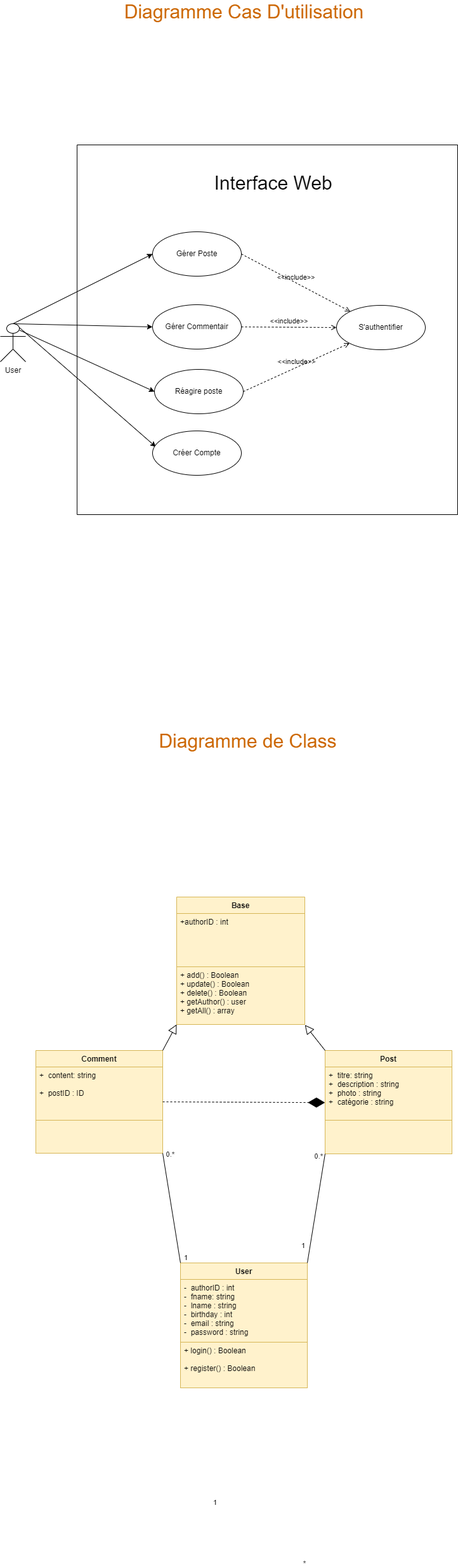
Earlier version of the draw.io export UML/Diagram Use Case _CinéMaster_.drawio (3).png (Oussama95el/Projet-Cinemaster). Source tidied: cells renumbered, new cells last; positions are measured from the earlier drawing's top-left corner, leaving out a move shared by most shapes. The source it was exported from:
```xml
<mxGraphModel>
  <root>
    <mxCell id="0" />
    <mxCell id="1" parent="0" />
    <mxCell id="2" style="shape=table;startSize=0;" parent="1" vertex="1">
      <mxGeometry x="121" y="225" width="600" height="583" as="geometry" />
    </mxCell>
    <mxCell id="3" style="shape=tableRow;horizontal=0;startSize=0;swimlaneHead=0;swimlaneBody=0;top=0;left=0;bottom=0;right=0;fillColor=none;" parent="2" vertex="1">
      <mxGeometry width="600" height="583" as="geometry" />
    </mxCell>
    <mxCell id="4" style="shape=partialRectangle;html=1;whiteSpace=wrap;overflow=hidden;fillColor=none;top=0;left=0;bottom=0;right=0;" parent="3" vertex="1">
      <mxGeometry width="600" height="583" as="geometry" />
    </mxCell>
    <mxCell id="5" style="edgeStyle=none;rounded=0;jettySize=auto;html=1;exitX=0.75;exitY=0.1;exitDx=0;exitDy=0;exitPerimeter=0;entryX=0.037;entryY=0.359;entryDx=0;entryDy=0;entryPerimeter=0;fontColor=#CC6600;" parent="1" edge="1" source="6" target="41">
      <mxGeometry relative="1" as="geometry" />
    </mxCell>
    <mxCell id="6" value="User&lt;br&gt;" style="shape=umlActor;html=1;verticalLabelPosition=bottom;verticalAlign=top;align=center;" parent="1" vertex="1">
      <mxGeometry y="507" width="40" height="60" as="geometry" />
    </mxCell>
    <mxCell id="7" value="Gérer Poste" style="ellipse;whiteSpace=wrap;html=1;" parent="1" vertex="1">
      <mxGeometry x="240" y="362" width="140" height="70" as="geometry" />
    </mxCell>
    <mxCell id="8" value="Gérer Commentair" style="ellipse;whiteSpace=wrap;html=1;" parent="1" vertex="1">
      <mxGeometry x="240" y="477" width="140" height="70" as="geometry" />
    </mxCell>
    <mxCell id="9" style="rounded=0;jettySize=auto;html=1;entryX=0;entryY=0.5;entryDx=0;entryDy=0;exitX=0.5;exitY=0;exitDx=0;exitDy=0;exitPerimeter=0;" parent="1" edge="1" source="6" target="8">
      <mxGeometry relative="1" as="geometry" />
    </mxCell>
    <mxCell id="10" style="rounded=0;jettySize=auto;html=1;entryX=0;entryY=0.5;entryDx=0;entryDy=0;exitX=0.5;exitY=0;exitDx=0;exitDy=0;exitPerimeter=0;" parent="1" edge="1" source="6" target="7">
      <mxGeometry relative="1" as="geometry" />
    </mxCell>
    <mxCell id="11" value="S'authentifier" style="ellipse;whiteSpace=wrap;html=1;" parent="1" vertex="1">
      <mxGeometry x="530" y="478" width="140" height="70" as="geometry" />
    </mxCell>
    <mxCell id="12" value="&amp;lt;&amp;lt;include&amp;gt;&amp;gt;" style="edgeStyle=none;html=1;endArrow=open;verticalAlign=bottom;dashed=1;labelBackgroundColor=none;rounded=0;exitX=1;exitY=0.5;exitDx=0;exitDy=0;" parent="1" edge="1" source="7" target="11">
      <mxGeometry relative="1" as="geometry" />
    </mxCell>
    <mxCell id="13" value="&amp;lt;&amp;lt;include&amp;gt;&amp;gt;" style="edgeStyle=none;html=1;endArrow=open;verticalAlign=bottom;dashed=1;labelBackgroundColor=none;rounded=0;exitX=1;exitY=0.5;exitDx=0;exitDy=0;" parent="1" edge="1" source="8" target="11">
      <mxGeometry relative="1" as="geometry" />
    </mxCell>
    <mxCell id="14" value="Réagire poste" style="ellipse;whiteSpace=wrap;html=1;" parent="1" vertex="1">
      <mxGeometry x="243" y="579" width="140" height="70" as="geometry" />
    </mxCell>
    <mxCell id="15" style="rounded=0;jettySize=auto;html=1;entryX=0;entryY=0.5;entryDx=0;entryDy=0;exitX=0.5;exitY=0;exitDx=0;exitDy=0;exitPerimeter=0;" parent="1" edge="1" target="14">
      <mxGeometry relative="1" as="geometry">
        <mxPoint x="30" y="517" as="sourcePoint" />
      </mxGeometry>
    </mxCell>
    <mxCell id="16" value="&amp;lt;&amp;lt;include&amp;gt;&amp;gt;" style="edgeStyle=none;html=1;endArrow=open;verticalAlign=bottom;dashed=1;labelBackgroundColor=none;rounded=0;exitX=1;exitY=0.5;exitDx=0;exitDy=0;entryX=0;entryY=1;entryDx=0;entryDy=0;" parent="1" edge="1" source="14" target="11">
      <mxGeometry relative="1" as="geometry" />
    </mxCell>
    <mxCell id="17" value="&lt;font style=&quot;font-size: 30px&quot;&gt;Interface Web&lt;/font&gt;" style="text;html=1;align=center;verticalAlign=middle;strokeColor=none;fillColor=none;" parent="1" vertex="1">
      <mxGeometry x="330" y="270" width="200" height="30" as="geometry" />
    </mxCell>
    <mxCell id="18" value="User" style="swimlane;fontStyle=1;align=center;verticalAlign=top;horizontal=1;startSize=26;fillColor=#fff2cc;strokeColor=#d6b656;" parent="1" vertex="1">
      <mxGeometry x="284" y="1988" width="200" height="197" as="geometry" />
    </mxCell>
    <mxCell id="19" value="-  authorID : int&#10;-  fname: string&#10;-  lname : string&#10;-  birthday : int&#10;-  email : string&#10;-  password : string&#10; &#10; &#10;&#10;" style="text;strokeColor=#d6b656;fillColor=#fff2cc;align=left;verticalAlign=top;spacingLeft=4;spacingRight=4;overflow=hidden;" parent="18" vertex="1">
      <mxGeometry y="26" width="200" height="99" as="geometry" />
    </mxCell>
    <mxCell id="20" style="line;strokeWidth=1;fillColor=none;align=left;verticalAlign=middle;spacingTop=-1;spacingLeft=3;spacingRight=3;labelPosition=right;" parent="18" vertex="1">
      <mxGeometry y="125" width="200" as="geometry" />
    </mxCell>
    <mxCell id="21" value="+ login() : Boolean&#10;&#10;+ register() : Boolean" style="text;strokeColor=#d6b656;fillColor=#fff2cc;align=left;verticalAlign=top;spacingLeft=4;spacingRight=4;overflow=hidden;" parent="18" vertex="1">
      <mxGeometry y="125" width="200" height="72" as="geometry" />
    </mxCell>
    <mxCell id="22" value="Post" style="swimlane;fontStyle=1;align=center;verticalAlign=top;horizontal=1;startSize=26;fillColor=#fff2cc;strokeColor=#d6b656;" parent="1" vertex="1">
      <mxGeometry x="512" y="1653" width="200" height="163" as="geometry" />
    </mxCell>
    <mxCell id="23" value="+  titre: string&#10;+  description : string&#10;+  photo : string&#10;+  catégorie : string&#10; &#10; &#10;&#10;" style="text;strokeColor=#d6b656;fillColor=#fff2cc;align=left;verticalAlign=top;spacingLeft=4;spacingRight=4;overflow=hidden;points=[[0,0.5],[1,0.5]];portConstraint=eastwest;" parent="22" vertex="1">
      <mxGeometry y="26" width="200" height="84" as="geometry" />
    </mxCell>
    <mxCell id="24" style="line;strokeWidth=1;fillColor=none;align=left;verticalAlign=middle;spacingTop=-1;spacingLeft=3;spacingRight=3;labelPosition=right;" parent="22" vertex="1">
      <mxGeometry y="110" width="200" as="geometry" />
    </mxCell>
    <mxCell id="25" style="text;strokeColor=#d6b656;fillColor=#fff2cc;align=left;verticalAlign=top;spacingLeft=4;spacingRight=4;overflow=hidden;" parent="22" vertex="1">
      <mxGeometry y="110" width="200" height="53" as="geometry" />
    </mxCell>
    <mxCell id="26" value="Comment" style="swimlane;fontStyle=1;align=center;verticalAlign=top;horizontal=1;startSize=26;fillColor=#fff2cc;strokeColor=#d6b656;" parent="1" vertex="1">
      <mxGeometry x="56" y="1653" width="200" height="162" as="geometry" />
    </mxCell>
    <mxCell id="27" value="+  content: string&#10; &#10;+  postID : ID&#10;&#10;" style="text;strokeColor=#d6b656;fillColor=#fff2cc;align=left;verticalAlign=top;spacingLeft=4;spacingRight=4;overflow=hidden;" parent="26" vertex="1">
      <mxGeometry y="26" width="200" height="84" as="geometry" />
    </mxCell>
    <mxCell id="28" style="line;strokeWidth=1;fillColor=none;align=left;verticalAlign=middle;spacingTop=-1;spacingLeft=3;spacingRight=3;labelPosition=right;" parent="26" vertex="1">
      <mxGeometry y="110" width="200" as="geometry" />
    </mxCell>
    <mxCell id="29" style="text;strokeColor=#d6b656;fillColor=#fff2cc;align=left;verticalAlign=top;spacingLeft=4;spacingRight=4;overflow=hidden;" parent="26" vertex="1">
      <mxGeometry y="110" width="200" height="52" as="geometry" />
    </mxCell>
    <mxCell id="30" style="endArrow=none;html=1;rounded=0;exitX=0;exitY=1;exitDx=0;exitDy=0;entryX=1;entryY=0;entryDx=0;entryDy=0;" parent="1" edge="1" source="22" target="18">
      <mxGeometry relative="1" as="geometry" />
    </mxCell>
    <mxCell id="31" value="1" style="edgeLabel;html=1;align=left;verticalAlign=bottom;" parent="30" vertex="1">
      <mxGeometry x="-1" relative="1" as="geometry">
        <mxPoint x="-39" y="153" as="offset" />
      </mxGeometry>
    </mxCell>
    <mxCell id="32" value="*" style="edgeLabel;html=1;align=right;verticalAlign=bottom;" parent="30" vertex="1">
      <mxGeometry x="1" relative="1" as="geometry">
        <mxPoint x="-2" y="482" as="offset" />
      </mxGeometry>
    </mxCell>
    <mxCell id="33" style="endArrow=none;html=1;rounded=0;exitX=0;exitY=0;exitDx=0;exitDy=0;entryX=1;entryY=1;entryDx=0;entryDy=0;" parent="1" edge="1" source="18" target="26">
      <mxGeometry relative="1" as="geometry" />
    </mxCell>
    <mxCell id="34" value="1" style="edgeLabel;html=1;align=left;verticalAlign=bottom;" parent="33" vertex="1">
      <mxGeometry x="-1" relative="1" as="geometry">
        <mxPoint x="4" as="offset" />
      </mxGeometry>
    </mxCell>
    <mxCell id="35" value="0.*" style="edgeLabel;html=1;align=right;verticalAlign=bottom;" parent="33" vertex="1">
      <mxGeometry x="1" relative="1" as="geometry">
        <mxPoint x="19" y="10" as="offset" />
      </mxGeometry>
    </mxCell>
    <mxCell id="36" value="0.*" style="edgeLabel;html=1;align=right;verticalAlign=bottom;" parent="33" vertex="1">
      <mxGeometry x="1" relative="1" as="geometry">
        <mxPoint x="253" y="13" as="offset" />
      </mxGeometry>
    </mxCell>
    <mxCell id="37" value="1" style="edgeLabel;html=1;align=left;verticalAlign=bottom;" parent="33" vertex="1">
      <mxGeometry x="-1" relative="1" as="geometry">
        <mxPoint x="50" y="386" as="offset" />
      </mxGeometry>
    </mxCell>
    <mxCell id="38" value="&lt;font style=&quot;font-size: 30px&quot; color=&quot;#cc6600&quot;&gt;Diagramme de Class&lt;/font&gt;" style="text;html=1;align=center;verticalAlign=middle;strokeColor=none;fillColor=none;" parent="1" vertex="1">
      <mxGeometry x="240" y="1150" width="300" height="30" as="geometry" />
    </mxCell>
    <mxCell id="39" value="&lt;span style=&quot;font-size: 30px&quot;&gt;&lt;font color=&quot;#cc6600&quot;&gt;Diagramme Cas D'utilisation&lt;/font&gt;&lt;/span&gt;" style="text;html=1;align=center;verticalAlign=middle;strokeColor=none;fillColor=none;" parent="1" vertex="1">
      <mxGeometry x="189" width="390" height="30" as="geometry" />
    </mxCell>
    <mxCell id="40" style="endArrow=diamondThin;endFill=1;endSize=24;html=1;rounded=0;dashed=1;fontColor=#CC6600;exitX=1;exitY=0.5;exitDx=0;exitDy=0;entryX=-0.001;entryY=0.669;entryDx=0;entryDy=0;entryPerimeter=0;" parent="1" edge="1" source="26" target="23">
      <mxGeometry relative="1" as="geometry" />
    </mxCell>
    <mxCell id="41" value="Créer Compte" style="ellipse;whiteSpace=wrap;html=1;" parent="1" vertex="1">
      <mxGeometry x="240" y="676" width="140" height="70" as="geometry" />
    </mxCell>
    <mxCell id="42" value="Base" style="swimlane;fontStyle=1;align=center;verticalAlign=top;horizontal=1;startSize=26;fillColor=#fff2cc;strokeColor=#d6b656;" parent="1" vertex="1">
      <mxGeometry x="278" y="1411" width="202" height="201" as="geometry" />
    </mxCell>
    <mxCell id="43" value="+authorID : int &#10;" style="text;strokeColor=#d6b656;fillColor=#fff2cc;align=left;verticalAlign=top;spacingLeft=4;spacingRight=4;overflow=hidden;" parent="42" vertex="1">
      <mxGeometry y="26" width="202" height="84" as="geometry" />
    </mxCell>
    <mxCell id="44" style="line;strokeWidth=1;fillColor=none;align=left;verticalAlign=middle;spacingTop=-1;spacingLeft=3;spacingRight=3;labelPosition=right;" parent="42" vertex="1">
      <mxGeometry y="110" width="202" as="geometry" />
    </mxCell>
    <mxCell id="45" value="+ add() : Boolean&#10;+ update() : Boolean&#10;+ delete() : Boolean&#10;+ getAuthor() : user&#10;+ getAll() : array&#10;&#10;&#10;" style="text;strokeColor=#d6b656;fillColor=#fff2cc;align=left;verticalAlign=top;spacingLeft=4;spacingRight=4;overflow=hidden;points=[[0,0.5],[1,0.5]];portConstraint=eastwest;" parent="42" vertex="1">
      <mxGeometry y="110" width="202" height="91" as="geometry" />
    </mxCell>
    <mxCell id="46" style="endArrow=block;endFill=0;endSize=12;html=1;rounded=0;fontColor=#CC6600;entryX=0;entryY=1;entryDx=0;entryDy=0;" parent="1" edge="1" target="42">
      <mxGeometry relative="1" as="geometry">
        <mxPoint x="256" y="1653" as="sourcePoint" />
      </mxGeometry>
    </mxCell>
    <mxCell id="47" style="endArrow=block;endFill=0;endSize=12;html=1;rounded=0;fontColor=#CC6600;entryX=1.001;entryY=1.008;entryDx=0;entryDy=0;exitX=0;exitY=0;exitDx=0;exitDy=0;entryPerimeter=0;" parent="1" edge="1" source="22" target="45">
      <mxGeometry relative="1" as="geometry" />
    </mxCell>
    <mxCell id="48" style="edgeStyle=none;rounded=0;orthogonalLoop=1;jettySize=auto;html=1;exitX=0.75;exitY=0;exitDx=0;exitDy=0;fontColor=#CC6600;" parent="1" edge="1" source="22" target="22">
      <mxGeometry relative="1" as="geometry" />
    </mxCell>
  </root>
</mxGraphModel>
```
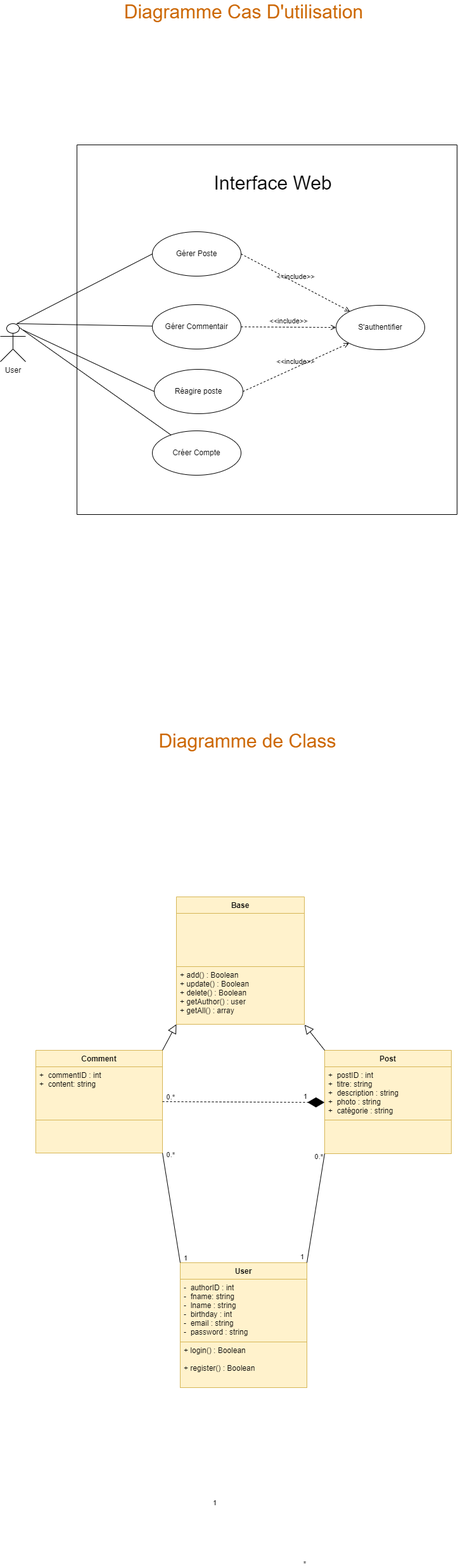
Later version of the same file.

What changed in the source:
```diff
@@ -11,9 +11,6 @@
     <mxCell id="4" style="shape=partialRectangle;html=1;whiteSpace=wrap;overflow=hidden;fillColor=none;top=0;left=0;bottom=0;right=0;" parent="3" vertex="1">
       <mxGeometry width="600" height="583" as="geometry" />
     </mxCell>
-    <mxCell id="5" style="edgeStyle=none;rounded=0;jettySize=auto;html=1;exitX=0.75;exitY=0.1;exitDx=0;exitDy=0;exitPerimeter=0;entryX=0.037;entryY=0.359;entryDx=0;entryDy=0;entryPerimeter=0;fontColor=#CC6600;" parent="1" edge="1" source="6" target="41">
-      <mxGeometry relative="1" as="geometry" />
-    </mxCell>
     <mxCell id="6" value="User&lt;br&gt;" style="shape=umlActor;html=1;verticalLabelPosition=bottom;verticalAlign=top;align=center;" parent="1" vertex="1">
       <mxGeometry y="507" width="40" height="60" as="geometry" />
     </mxCell>
@@ -23,12 +20,6 @@
     <mxCell id="8" value="Gérer Commentair" style="ellipse;whiteSpace=wrap;html=1;" parent="1" vertex="1">
       <mxGeometry x="240" y="477" width="140" height="70" as="geometry" />
     </mxCell>
-    <mxCell id="9" style="rounded=0;jettySize=auto;html=1;entryX=0;entryY=0.5;entryDx=0;entryDy=0;exitX=0.5;exitY=0;exitDx=0;exitDy=0;exitPerimeter=0;" parent="1" edge="1" source="6" target="8">
-      <mxGeometry relative="1" as="geometry" />
-    </mxCell>
-    <mxCell id="10" style="rounded=0;jettySize=auto;html=1;entryX=0;entryY=0.5;entryDx=0;entryDy=0;exitX=0.5;exitY=0;exitDx=0;exitDy=0;exitPerimeter=0;" parent="1" edge="1" source="6" target="7">
-      <mxGeometry relative="1" as="geometry" />
-    </mxCell>
     <mxCell id="11" value="S'authentifier" style="ellipse;whiteSpace=wrap;html=1;" parent="1" vertex="1">
       <mxGeometry x="530" y="478" width="140" height="70" as="geometry" />
     </mxCell>
@@ -41,11 +32,6 @@
     <mxCell id="14" value="Réagire poste" style="ellipse;whiteSpace=wrap;html=1;" parent="1" vertex="1">
       <mxGeometry x="243" y="579" width="140" height="70" as="geometry" />
     </mxCell>
-    <mxCell id="15" style="rounded=0;jettySize=auto;html=1;entryX=0;entryY=0.5;entryDx=0;entryDy=0;exitX=0.5;exitY=0;exitDx=0;exitDy=0;exitPerimeter=0;" parent="1" edge="1" target="14">
-      <mxGeometry relative="1" as="geometry">
-        <mxPoint x="30" y="517" as="sourcePoint" />
-      </mxGeometry>
-    </mxCell>
     <mxCell id="16" value="&amp;lt;&amp;lt;include&amp;gt;&amp;gt;" style="edgeStyle=none;html=1;endArrow=open;verticalAlign=bottom;dashed=1;labelBackgroundColor=none;rounded=0;exitX=1;exitY=0.5;exitDx=0;exitDy=0;entryX=0;entryY=1;entryDx=0;entryDy=0;" parent="1" edge="1" source="14" target="11">
       <mxGeometry relative="1" as="geometry" />
     </mxCell>
@@ -67,7 +53,7 @@
     <mxCell id="22" value="Post" style="swimlane;fontStyle=1;align=center;verticalAlign=top;horizontal=1;startSize=26;fillColor=#fff2cc;strokeColor=#d6b656;" parent="1" vertex="1">
       <mxGeometry x="512" y="1653" width="200" height="163" as="geometry" />
     </mxCell>
-    <mxCell id="23" value="+  titre: string&#10;+  description : string&#10;+  photo : string&#10;+  catégorie : string&#10; &#10; &#10;&#10;" style="text;strokeColor=#d6b656;fillColor=#fff2cc;align=left;verticalAlign=top;spacingLeft=4;spacingRight=4;overflow=hidden;points=[[0,0.5],[1,0.5]];portConstraint=eastwest;" parent="22" vertex="1">
+    <mxCell id="23" value="+  postID : int&#10;+  titre: string&#10;+  description : string&#10;+  photo : string&#10;+  catégorie : string&#10; &#10; &#10;&#10;" style="text;strokeColor=#d6b656;fillColor=#fff2cc;align=left;verticalAlign=top;spacingLeft=4;spacingRight=4;overflow=hidden;points=[[0,0.5],[1,0.5]];portConstraint=eastwest;" parent="22" vertex="1">
       <mxGeometry y="26" width="200" height="84" as="geometry" />
     </mxCell>
     <mxCell id="24" style="line;strokeWidth=1;fillColor=none;align=left;verticalAlign=middle;spacingTop=-1;spacingLeft=3;spacingRight=3;labelPosition=right;" parent="22" vertex="1">
@@ -79,7 +65,7 @@
     <mxCell id="26" value="Comment" style="swimlane;fontStyle=1;align=center;verticalAlign=top;horizontal=1;startSize=26;fillColor=#fff2cc;strokeColor=#d6b656;" parent="1" vertex="1">
       <mxGeometry x="56" y="1653" width="200" height="162" as="geometry" />
     </mxCell>
-    <mxCell id="27" value="+  content: string&#10; &#10;+  postID : ID&#10;&#10;" style="text;strokeColor=#d6b656;fillColor=#fff2cc;align=left;verticalAlign=top;spacingLeft=4;spacingRight=4;overflow=hidden;" parent="26" vertex="1">
+    <mxCell id="27" value="+  commentID : int&#10;+  content: string&#10; &#10;&#10;" style="text;strokeColor=#d6b656;fillColor=#fff2cc;align=left;verticalAlign=top;spacingLeft=4;spacingRight=4;overflow=hidden;" parent="26" vertex="1">
       <mxGeometry y="26" width="200" height="84" as="geometry" />
     </mxCell>
     <mxCell id="28" style="line;strokeWidth=1;fillColor=none;align=left;verticalAlign=middle;spacingTop=-1;spacingLeft=3;spacingRight=3;labelPosition=right;" parent="26" vertex="1">
@@ -93,7 +79,7 @@
     </mxCell>
     <mxCell id="31" value="1" style="edgeLabel;html=1;align=left;verticalAlign=bottom;" parent="30" vertex="1">
       <mxGeometry x="-1" relative="1" as="geometry">
-        <mxPoint x="-39" y="153" as="offset" />
+        <mxPoint x="-40" y="170" as="offset" />
       </mxGeometry>
     </mxCell>
     <mxCell id="32" value="*" style="edgeLabel;html=1;align=right;verticalAlign=bottom;" parent="30" vertex="1">
@@ -101,6 +87,11 @@
         <mxPoint x="-2" y="482" as="offset" />
       </mxGeometry>
     </mxCell>
+    <mxCell id="49" value="1" style="edgeLabel;html=1;align=left;verticalAlign=bottom;" parent="30" vertex="1">
+      <mxGeometry x="-1" relative="1" as="geometry">
+        <mxPoint x="-35" y="-83" as="offset" />
+      </mxGeometry>
+    </mxCell>
     <mxCell id="33" style="endArrow=none;html=1;rounded=0;exitX=0;exitY=0;exitDx=0;exitDy=0;entryX=1;entryY=1;entryDx=0;entryDy=0;" parent="1" edge="1" source="18" target="26">
       <mxGeometry relative="1" as="geometry" />
     </mxCell>
@@ -124,6 +115,11 @@
         <mxPoint x="50" y="386" as="offset" />
       </mxGeometry>
     </mxCell>
+    <mxCell id="50" value="0.*" style="edgeLabel;html=1;align=right;verticalAlign=bottom;" parent="33" vertex="1">
+      <mxGeometry x="1" relative="1" as="geometry">
+        <mxPoint x="19" y="-81" as="offset" />
+      </mxGeometry>
+    </mxCell>
     <mxCell id="38" value="&lt;font style=&quot;font-size: 30px&quot; color=&quot;#cc6600&quot;&gt;Diagramme de Class&lt;/font&gt;" style="text;html=1;align=center;verticalAlign=middle;strokeColor=none;fillColor=none;" parent="1" vertex="1">
       <mxGeometry x="240" y="1150" width="300" height="30" as="geometry" />
     </mxCell>
@@ -139,7 +135,7 @@
     <mxCell id="42" value="Base" style="swimlane;fontStyle=1;align=center;verticalAlign=top;horizontal=1;startSize=26;fillColor=#fff2cc;strokeColor=#d6b656;" parent="1" vertex="1">
       <mxGeometry x="278" y="1411" width="202" height="201" as="geometry" />
     </mxCell>
-    <mxCell id="43" value="+authorID : int &#10;" style="text;strokeColor=#d6b656;fillColor=#fff2cc;align=left;verticalAlign=top;spacingLeft=4;spacingRight=4;overflow=hidden;" parent="42" vertex="1">
+    <mxCell id="43" style="text;strokeColor=#d6b656;fillColor=#fff2cc;align=left;verticalAlign=top;spacingLeft=4;spacingRight=4;overflow=hidden;" parent="42" vertex="1">
       <mxGeometry y="26" width="202" height="84" as="geometry" />
     </mxCell>
     <mxCell id="44" style="line;strokeWidth=1;fillColor=none;align=left;verticalAlign=middle;spacingTop=-1;spacingLeft=3;spacingRight=3;labelPosition=right;" parent="42" vertex="1">
@@ -159,5 +155,23 @@
     <mxCell id="48" style="edgeStyle=none;rounded=0;orthogonalLoop=1;jettySize=auto;html=1;exitX=0.75;exitY=0;exitDx=0;exitDy=0;fontColor=#CC6600;" parent="1" edge="1" source="22" target="22">
       <mxGeometry relative="1" as="geometry" />
     </mxCell>
+    <mxCell id="51" style="endArrow=none;html=1;rounded=0;" parent="1" edge="1" target="8">
+      <mxGeometry relative="1" as="geometry">
+        <mxPoint x="26" y="507" as="sourcePoint" />
+      </mxGeometry>
+    </mxCell>
+    <mxCell id="52" style="endArrow=none;html=1;rounded=0;entryX=0;entryY=0.5;entryDx=0;entryDy=0;" parent="1" edge="1" target="7">
+      <mxGeometry relative="1" as="geometry">
+        <mxPoint x="26" y="507" as="sourcePoint" />
+      </mxGeometry>
+    </mxCell>
+    <mxCell id="53" style="endArrow=none;html=1;rounded=0;entryX=0;entryY=0.5;entryDx=0;entryDy=0;" parent="1" edge="1" target="14">
+      <mxGeometry relative="1" as="geometry">
+        <mxPoint x="36" y="517" as="sourcePoint" />
+      </mxGeometry>
+    </mxCell>
+    <mxCell id="5" style="endArrow=none;html=1;rounded=0;exitX=0.75;exitY=0.1;exitDx=0;exitDy=0;exitPerimeter=0;" parent="1" edge="1" source="6" target="41">
+      <mxGeometry relative="1" as="geometry" />
+    </mxCell>
   </root>
 </mxGraphModel>
```
